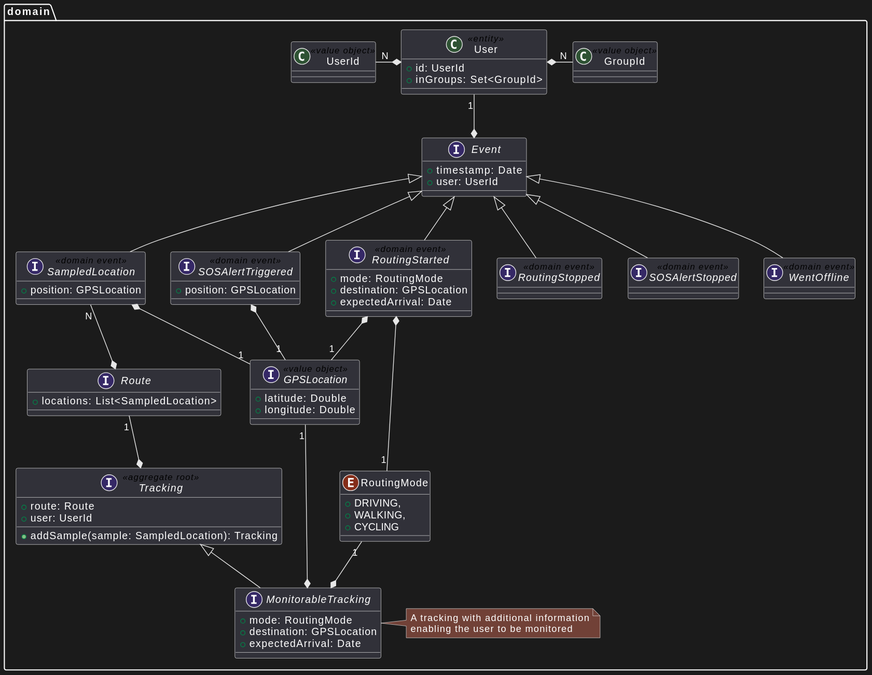
Before: res/location-service-structure-domain-dark.svg, a diagram exported from PlantUML (position-pal/position-pal.github.io). Source of this version:
```plantuml
@startuml
package domain {
    interface GPSLocation <<value object>> {
        + latitude: Double
        + longitude: Double
    }

    class User <<entity>> {
        + id: UserId
        + inGroups: Set<GroupId>
    }
    class UserId <<value object>>
    class GroupId <<value object>>

    User *-l- "N" UserId
    User *-r- "N" GroupId

    enum RoutingMode {
        + DRIVING,
        + WALKING,
        + CYCLING
    }

    interface Event {
        + timestamp: Date
        + user: UserId
    }
    User "1" --* Event

    interface RoutingStarted <<domain event>> extends Event {
        + mode: RoutingMode
        + destination: GPSLocation
        + expectedArrival: Date
    }
    interface SampledLocation <<domain event>> extends Event {
        + position: GPSLocation
    }
    interface SOSAlertTriggered <<domain event>> extends Event {
        + position: GPSLocation
    }
    interface RoutingStopped <<domain event>> extends Event
    interface SOSAlertStopped <<domain event>> extends Event
    interface WentOffline <<domain event>> extends Event

    RoutingStarted *-- "1" GPSLocation
    RoutingStarted *-- "1" RoutingMode
    SampledLocation *-- "1" GPSLocation
    SOSAlertTriggered *-- "1" GPSLocation

    interface Route {
        + locations: List<SampledLocation>
    }
    interface Tracking <<aggregate root>> {
        + route: Route
        + user: UserId
        + addSample(sample: SampledLocation): Tracking
    }
    interface MonitorableTracking extends Tracking {
        + mode: RoutingMode
        + destination: GPSLocation
        + expectedArrival: Date
    }
    note right of MonitorableTracking
        A tracking with additional information
        enabling the user to be monitored
    end note

    Route *-u- "N" SampledLocation
    Tracking *-u- "1" Route
    MonitorableTracking *-u- "1" GPSLocation
    MonitorableTracking *-u- "1" RoutingMode
}
@enduml
```
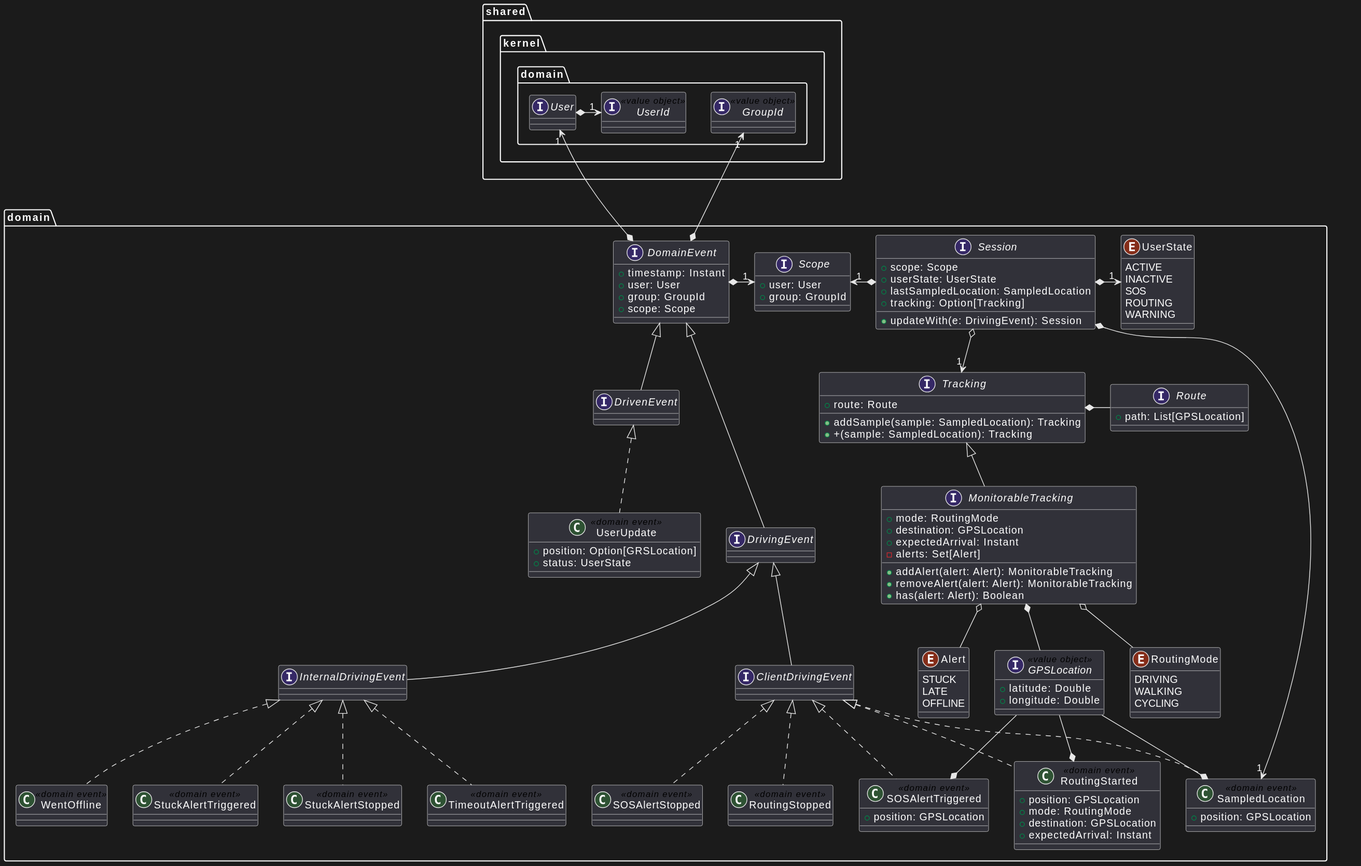
The same diagram one commit later.

Diff of the diagram source:
```diff
@@ -1,73 +1,124 @@
 @startuml
+package shared.kernel.domain {
+    interface User
+    interface UserId <<value object>>
+    interface GroupId <<value object>>
+    User *-l-> "1" UserId
+}
+
 package domain {
+    interface Scope {
+        + user: User
+        + group: GroupId
+    }
+
     interface GPSLocation <<value object>> {
         + latitude: Double
         + longitude: Double
     }
 
-    class User <<entity>> {
-        + id: UserId
-        + inGroups: Set<GroupId>
+    interface DomainEvent {
+        + timestamp: Instant
+        + user: User
+        + group: GroupId
+        + scope: Scope
     }
-    class UserId <<value object>>
-    class GroupId <<value object>>
+    User "1" <--* DomainEvent
+    GroupId "1" <---* DomainEvent
+    DomainEvent *-right-> "1" Scope
 
-    User *-l- "N" UserId
-    User *-r- "N" GroupId
+    interface DrivenEvent extends DomainEvent
+    class UserUpdate <<domain event>> implements DrivenEvent {
+        + position: Option[GRSLocation]
+        + status: UserState
+    }
+
+    interface DrivingEvent extends DomainEvent
+    interface ClientDrivingEvent extends DrivingEvent
+
+    class SampledLocation <<domain event>> implements ClientDrivingEvent {
+        + position: GPSLocation
+    }
+    class SOSAlertTriggered <<domain event>> implements ClientDrivingEvent {
+        + position: GPSLocation
+    }
+    class SOSAlertStopped <<domain event>> implements ClientDrivingEvent
+    class RoutingStarted <<domain event>> implements ClientDrivingEvent {
+        + position: GPSLocation
+        + mode: RoutingMode
+        + destination: GPSLocation
+        + expectedArrival: Instant
+    }
+    class RoutingStopped <<domain event>> implements ClientDrivingEvent
+
+    interface InternalDrivingEvent extends DrivingEvent
+    class WentOffline <<domain event>> implements InternalDrivingEvent
+    class StuckAlertTriggered <<domain event>> implements InternalDrivingEvent
+    class StuckAlertStopped <<domain event>> implements InternalDrivingEvent
+    class TimeoutAlertTriggered <<domain event>> implements InternalDrivingEvent
+
+    GPSLocation --* RoutingStarted
+    GPSLocation --* SOSAlertTriggered
+    GPSLocation --* SampledLocation
 
     enum RoutingMode {
-        + DRIVING,
-        + WALKING,
-        + CYCLING
+        DRIVING
+        WALKING
+        CYCLING
     }
 
-    interface Event {
-        + timestamp: Date
-        + user: UserId
+    enum Alert {
+        STUCK
+        LATE
+        OFFLINE
     }
-    User "1" --* Event
 
-    interface RoutingStarted <<domain event>> extends Event {
-        + mode: RoutingMode
-        + destination: GPSLocation
-        + expectedArrival: Date
+    enum UserState {
+        ACTIVE
+        INACTIVE
+        SOS
+        ROUTING
+        WARNING
     }
-    interface SampledLocation <<domain event>> extends Event {
-        + position: GPSLocation
-    }
-    interface SOSAlertTriggered <<domain event>> extends Event {
-        + position: GPSLocation
-    }
-    interface RoutingStopped <<domain event>> extends Event
-    interface SOSAlertStopped <<domain event>> extends Event
-    interface WentOffline <<domain event>> extends Event
-
-    RoutingStarted *-- "1" GPSLocation
-    RoutingStarted *-- "1" RoutingMode
-    SampledLocation *-- "1" GPSLocation
-    SOSAlertTriggered *-- "1" GPSLocation
 
     interface Route {
-        + locations: List<SampledLocation>
+        + path: List[GPSLocation]
     }
-    interface Tracking <<aggregate root>> {
+
+    interface Tracking {
         + route: Route
-        + user: UserId
         + addSample(sample: SampledLocation): Tracking
+        + +(sample: SampledLocation): Tracking
     }
+
+    Tracking *-right- Route
+
     interface MonitorableTracking extends Tracking {
         + mode: RoutingMode
         + destination: GPSLocation
-        + expectedArrival: Date
+        + expectedArrival: Instant
+        - alerts: Set[Alert]
+        + addAlert(alert: Alert): MonitorableTracking
+        + removeAlert(alert: Alert): MonitorableTracking
+        + has(alert: Alert): Boolean
     }
-    note right of MonitorableTracking
-        A tracking with additional information
-        enabling the user to be monitored
-    end note
 
-    Route *-u- "N" SampledLocation
-    Tracking *-u- "1" Route
-    MonitorableTracking *-u- "1" GPSLocation
-    MonitorableTracking *-u- "1" RoutingMode
+    MonitorableTracking o-- Alert
+    MonitorableTracking o-- RoutingMode
+    MonitorableTracking *-- GPSLocation
+
+    interface Session {
+        + scope: Scope
+        + userState: UserState
+        + lastSampledLocation: SampledLocation
+        + tracking: Option[Tracking]
+        + updateWith(e: DrivingEvent): Session
+    }
+
+    Session *-left-> "1" Scope
+    Session *-right-> "1" UserState
+    Session *--> "1" SampledLocation
+    Session o--> "1" Tracking
+
 }
 @enduml
```
